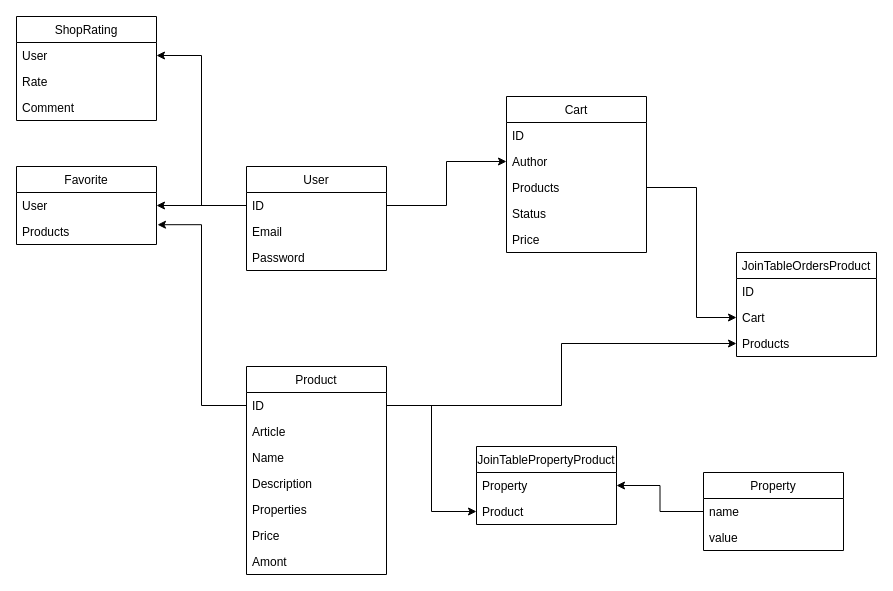
Above: nenavalniy.drawio in MiKaMoRe/nenavalniy (draw.io), before the change. Source tidied: cells renumbered, new cells numbered last; positions are measured from the earlier drawing's top-left corner, leaving out a move shared by most shapes. Both pictures are drawn from the tidied source at 100%, with x=0, y=0 at pixel (16, 16).
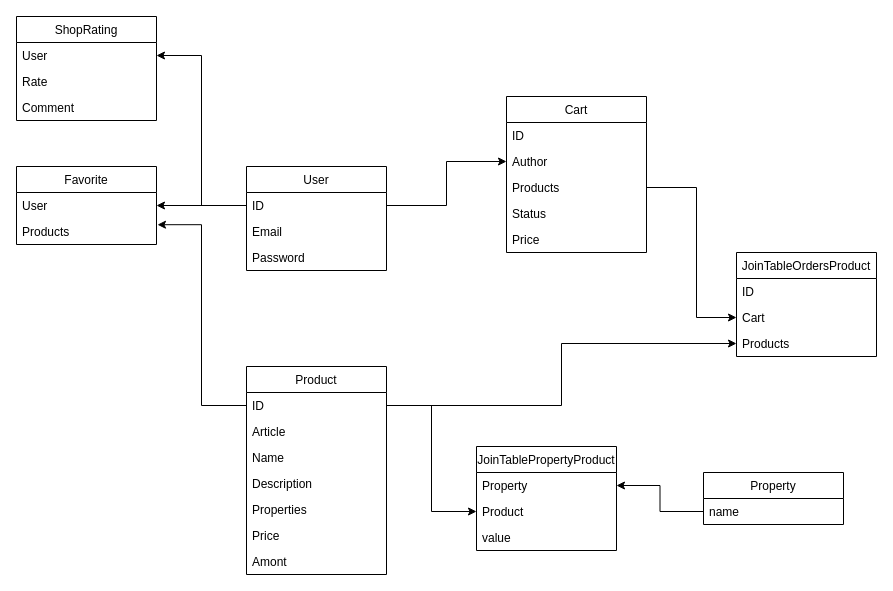
After the change.

Commit message (it also covers changes not shown here):
Move properties value

Change to the diagram source:
```diff
@@
     <mxCell id="36" value="Property" style="swimlane;fontStyle=0;horizontal=1;startSize=26;" parent="1" vertex="1">
-      <mxGeometry x="687" y="456" width="140" height="78" as="geometry" />
+      <mxGeometry x="687" y="456" width="140" height="52" as="geometry" />
     </mxCell>
@@
-    <mxCell id="38" value="value" style="text;strokeColor=none;fillColor=none;align=left;verticalAlign=top;spacingLeft=4;spacingRight=4;overflow=hidden;" parent="36" vertex="1">
-      <mxGeometry y="52" width="140" height="26" as="geometry" />
-    </mxCell>
     <mxCell id="39" value="JoinTablePropertyProduct" style="swimlane;fontStyle=0;horizontal=1;startSize=26;" parent="1" vertex="1">
-      <mxGeometry x="460" y="430" width="140" height="78" as="geometry" />
+      <mxGeometry x="460" y="430" width="140" height="104" as="geometry" />
     </mxCell>
@@
+    <mxCell id="38" value="value" style="text;strokeColor=none;fillColor=none;align=left;verticalAlign=top;spacingLeft=4;spacingRight=4;overflow=hidden;" parent="39" vertex="1">
+      <mxGeometry y="78" width="140" height="26" as="geometry" />
+    </mxCell>
```
